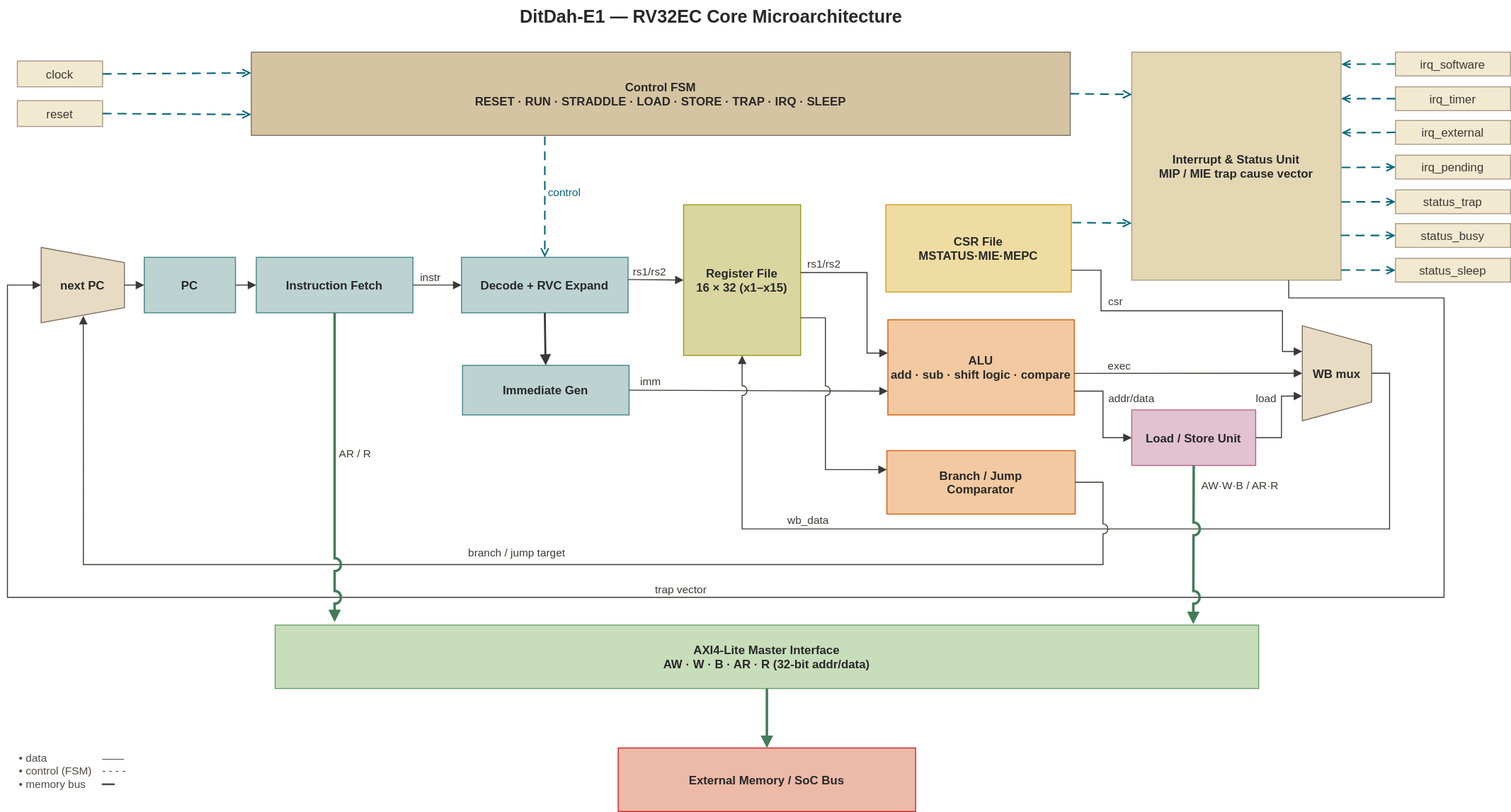
Above: doc/ditdah_e1_microarchitecture.drawio.svg in vowstar/ditdah-e1 (draw.io), before the change. Source tidied: cells renumbered, new cells last; positions are measured from the earlier drawing's top-left corner, leaving out a move shared by most shapes.
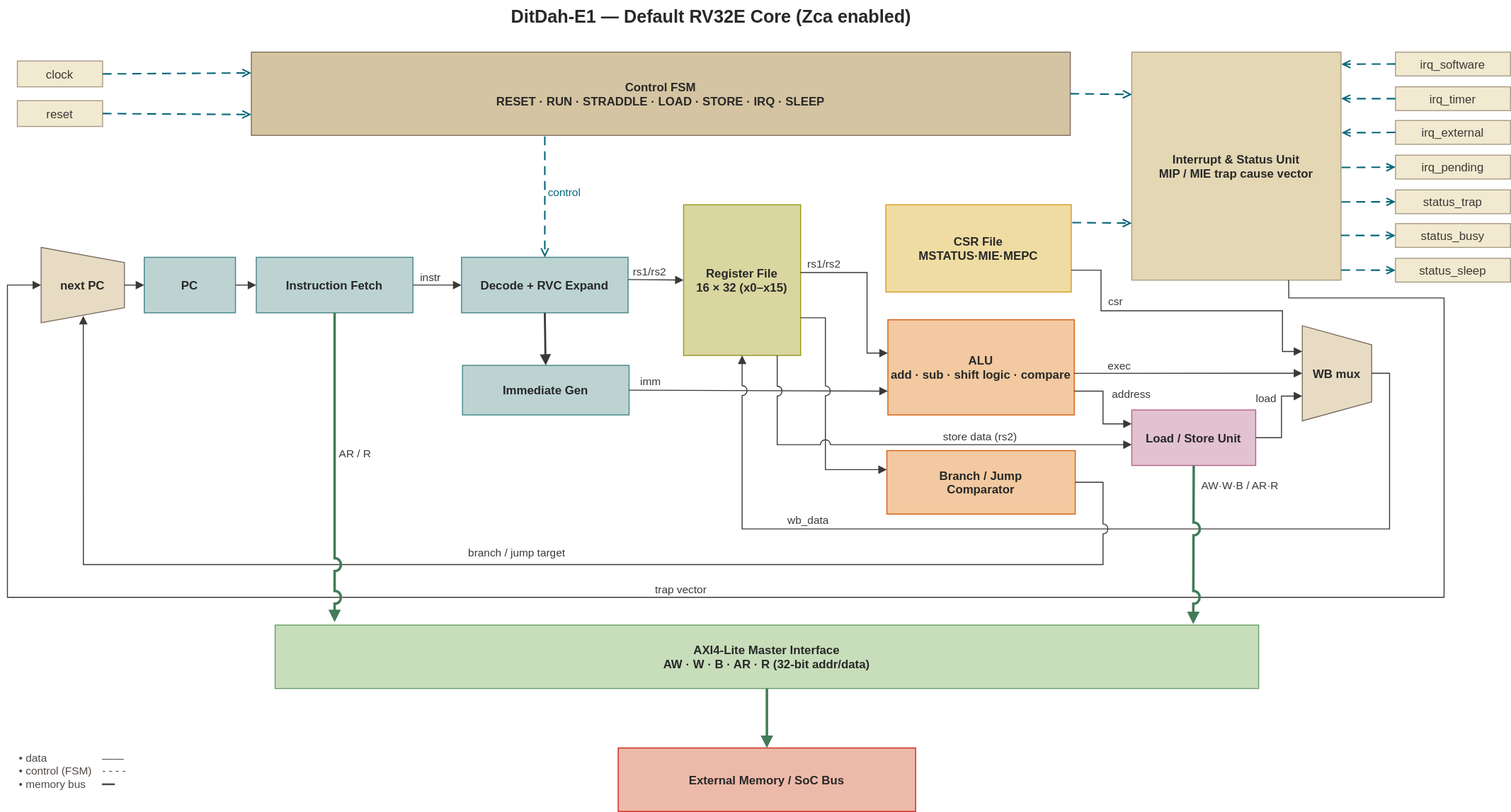
After the commit.

Commit message:
docs(core): show the default rv32e datapath and measured 7 nm layout

Change to the diagram source:
```diff
@@ -2,10 +2,10 @@
   <root>
     <mxCell id="0" />
     <mxCell id="1" parent="0" />
-    <mxCell id="2" value="DitDah-E1 — RV32EC Core Microarchitecture" style="text;align=center;verticalAlign=middle;fontSize=18;fontStyle=1;fontColor=#282828;labelBackgroundColor=none;fillColor=none;" parent="1" vertex="1">
+    <mxCell id="2" value="DitDah-E1 — Default RV32E Core (Zca enabled)" style="text;align=center;verticalAlign=middle;fontSize=18;fontStyle=1;fontColor=#282828;labelBackgroundColor=none;fillColor=none;" parent="1" vertex="1">
       <mxGeometry x="330" width="760" height="30" as="geometry" />
     </mxCell>
-    <mxCell id="3" value="Control FSM&#10;RESET · RUN · STRADDLE · LOAD · STORE · TRAP · IRQ · SLEEP" style="rounded=0;fillColor=#d5c4a1;strokeColor=#7c6f64;fontColor=#282828; fontSize=12;fontStyle=1;" parent="1" vertex="1">
+    <mxCell id="3" value="Control FSM&#10;RESET · RUN · STRADDLE · LOAD · STORE · IRQ · SLEEP" style="rounded=0;fillColor=#d5c4a1;strokeColor=#7c6f64;fontColor=#282828; fontSize=12;fontStyle=1;" parent="1" vertex="1">
       <mxGeometry x="246" y="52" width="826" height="84" as="geometry" />
     </mxCell>
     <mxCell id="4" value="Interrupt &amp; Status Unit&#10;MIP / MIE trap cause vector" style="rounded=0;fillColor=#e4d7b4;strokeColor=#a89984;fontColor=#282828; fontSize=12;fontStyle=1;" parent="1" vertex="1">
@@ -23,7 +23,7 @@
     <mxCell id="8" value="Decode + RVC Expand" style="rounded=0;fillColor=#bcd3d2;strokeColor=#458588;fontColor=#282828; fontSize=12;fontStyle=1;" parent="1" vertex="1">
       <mxGeometry x="458" y="259" width="168" height="56" as="geometry" />
     </mxCell>
-    <mxCell id="9" value="Register File&#10;16 × 32 (x1–x15)" style="rounded=0;fillColor=#d9d6a0;strokeColor=#98971a;fontColor=#282828; fontSize=12;fontStyle=1;" parent="1" vertex="1">
+    <mxCell id="9" value="Register File&#10;16 × 32 (x0–x15)" style="rounded=0;fillColor=#d9d6a0;strokeColor=#98971a;fontColor=#282828; fontSize=12;fontStyle=1;" parent="1" vertex="1">
       <mxGeometry x="682" y="206" width="118" height="152" as="geometry" />
     </mxCell>
     <mxCell id="10" value="ALU&#10;add · sub · shift logic · compare" style="rounded=0;fillColor=#f2c9a0;strokeColor=#d65d0e;fontColor=#282828; fontSize=12;fontStyle=1;" parent="1" vertex="1">
@@ -115,9 +115,16 @@
         </Array>
       </mxGeometry>
     </mxCell>
-    <mxCell id="35" value="addr/data" style="edgeStyle=orthogonalEdgeStyle;rounded=0;endArrow=block;endFill=1;strokeWidth=1;strokeColor=#3c3836;fontColor=#3c3836;jumpStyle=arc;jumpSize=10;labelBackgroundColor=none;exitX=1;exitY=0.75;exitDx=0;exitDy=0;entryX=0;entryY=0.5;entryDx=0;entryDy=0;" parent="1" edge="1" source="10" target="11">
+    <mxCell id="35" value="address" style="edgeStyle=orthogonalEdgeStyle;rounded=0;endArrow=block;endFill=1;strokeWidth=1;strokeColor=#3c3836;fontColor=#3c3836;jumpStyle=arc;jumpSize=10;labelBackgroundColor=none;exitX=1;exitY=0.75;exitDx=0;exitDy=0;entryX=0;entryY=0.25;entryDx=0;entryDy=0;" parent="1" edge="1" source="10" target="11">
       <mxGeometry x="-0.3" y="29" relative="1" as="geometry" />
     </mxCell>
+    <mxCell id="59" value="store data (rs2)" style="edgeStyle=orthogonalEdgeStyle;rounded=0;endArrow=block;endFill=1;strokeWidth=1;strokeColor=#3c3836;fontColor=#3c3836;jumpStyle=arc;jumpSize=10;labelBackgroundColor=none;exitX=0.8;exitY=1;exitDx=0;exitDy=0;entryX=0;entryY=0.625;entryDx=0;entryDy=0;" parent="1" edge="1" source="9" target="11">
+      <mxGeometry x="0.32" y="8" relative="1" as="geometry">
+        <Array as="points">
+          <mxPoint x="776.4" y="448" />
+        </Array>
+      </mxGeometry>
+    </mxCell>
     <mxCell id="36" value="exec" style="edgeStyle=orthogonalEdgeStyle;rounded=0;endArrow=block;endFill=1;strokeWidth=1;strokeColor=#3c3836;fontColor=#3c3836;jumpStyle=arc;jumpSize=10;labelBackgroundColor=none;exitX=0.999;exitY=0.563;exitDx=0;exitDy=0;entryX=0.5;entryY=1;entryDx=0;entryDy=0;exitPerimeter=0;" parent="1" edge="1" source="10" target="12">
       <mxGeometry x="-0.6" y="8" relative="1" as="geometry" />
     </mxCell>
```
